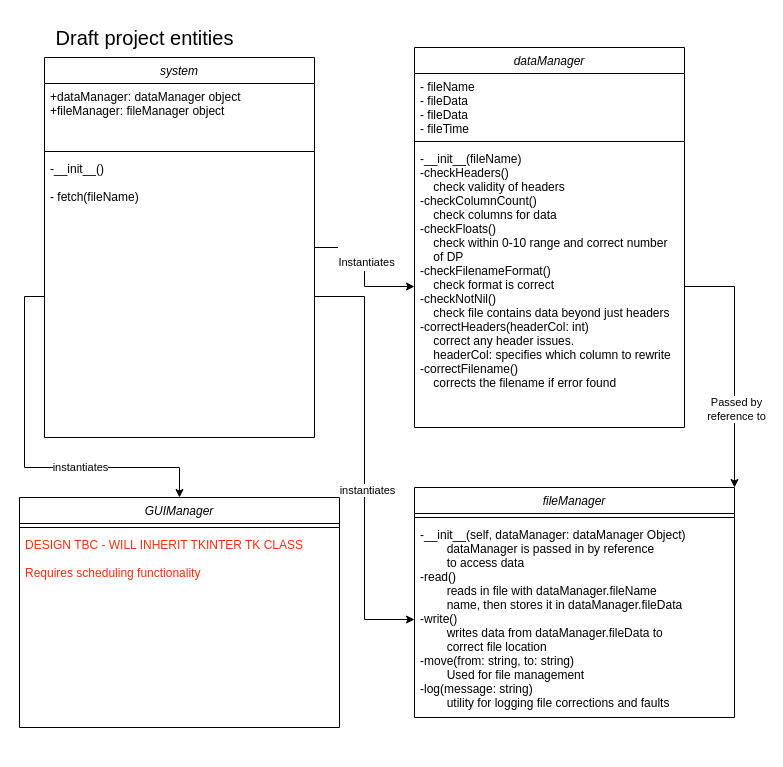
tigersontoast/cfproject keeps this draw.io diagram as design/classes.drawio. Above is the earlier version. Source tidied: cells renumbered, new cells numbered last; positions are measured from the earlier drawing's top-left corner, leaving out a move shared by most shapes. Both pictures are drawn from the tidied source at 100%, with x=0, y=0 at pixel (19, 17).
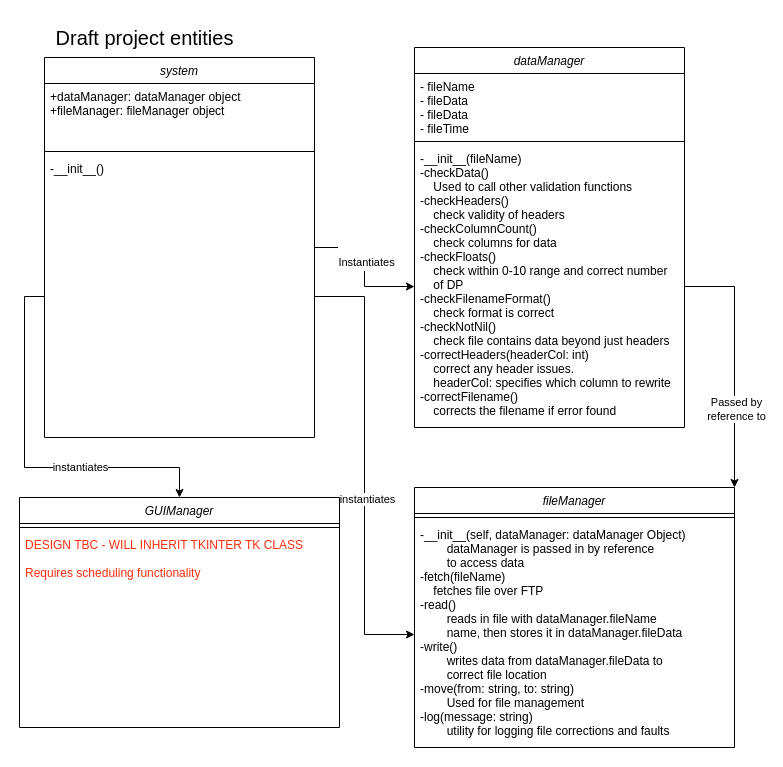
After the change.

Commit message:
Improved class diagrams

Unchanged cells that the change refers to:
```xml
<mxCell id="2" value="dataManager" style="swimlane;fontStyle=2;align=center;verticalAlign=top;horizontal=1;startSize=26;rounded=0;shadow=0;strokeWidth=1;" parent="1" vertex="1">
  <mxGeometry x="395" y="30" width="270" height="380" as="geometry" />
</mxCell>
<mxCell id="11" value="system" style="swimlane;fontStyle=2;align=center;verticalAlign=top;horizontal=1;startSize=26;rounded=0;shadow=0;strokeWidth=1;" parent="1" vertex="1">
  <mxGeometry x="25" y="40" width="270" height="380" as="geometry" />
</mxCell>
```

Diff of the diagram source:
```diff
@@
-    <mxCell id="5" value="-__init__(fileName)&#10;-checkHeaders()&#10;    check validity of headers&#10;-checkColumnCount()&#10;    check columns for data &#10;-checkFloats()&#10;    check within 0-10 range and correct number &#10;    of DP&#10;-checkFilenameFormat()&#10;    check format is correct&#10;-checkNotNil()&#10;    check file contains data beyond just headers&#10;-correctHeaders(headerCol: int)&#10;    correct any header issues.&#10;    headerCol: specifies which column to rewrite &#10;-correctFilename()&#10;    corrects the filename if error found&#10;" style="text;align=left;verticalAlign=top;spacingLeft=4;spacingRight=4;overflow=hidden;points=[[0,0.5],[1,0.5]];portConstraint=eastwest;" parent="2" vertex="1">
+    <mxCell id="5" value="-__init__(fileName)&#10;-checkData()&#10;    Used to call other validation functions&#10;-checkHeaders()&#10;    check validity of headers&#10;-checkColumnCount()&#10;    check columns for data &#10;-checkFloats()&#10;    check within 0-10 range and correct number &#10;    of DP&#10;-checkFilenameFormat()&#10;    check format is correct&#10;-checkNotNil()&#10;    check file contains data beyond just headers&#10;-correctHeaders(headerCol: int)&#10;    correct any header issues.&#10;    headerCol: specifies which column to rewrite &#10;-correctFilename()&#10;    corrects the filename if error found&#10;" style="text;align=left;verticalAlign=top;spacingLeft=4;spacingRight=4;overflow=hidden;points=[[0,0.5],[1,0.5]];portConstraint=eastwest;" parent="2" vertex="1">
       <mxGeometry y="98" width="270" height="282" as="geometry" />
     </mxCell>
     <mxCell id="6" value="fileManager" style="swimlane;fontStyle=2;align=center;verticalAlign=top;horizontal=1;startSize=26;rounded=0;shadow=0;strokeWidth=1;" parent="1" vertex="1">
-      <mxGeometry x="395" y="470" width="320" height="230" as="geometry" />
+      <mxGeometry x="395" y="470" width="320" height="260" as="geometry" />
     </mxCell>
@@
-    <mxCell id="8" value="-__init__(self, dataManager: dataManager Object) &#10;        dataManager is passed in by reference &#10;        to access data&#10;-read()&#10;        reads in file with dataManager.fileName&#10;        name, then stores it in dataManager.fileData&#10;-write()&#10;        writes data from dataManager.fileData to &#10;        correct file location&#10;-move(from: string, to: string)&#10;        Used for file management&#10;-log(message: string)&#10;        utility for logging file corrections and faults" style="text;align=left;verticalAlign=top;spacingLeft=4;spacingRight=4;overflow=hidden;points=[[0,0.5],[1,0.5]];portConstraint=eastwest;fontStyle=0;" parent="6" vertex="1">
-      <mxGeometry y="34" width="320" height="196" as="geometry" />
+    <mxCell id="8" value="-__init__(self, dataManager: dataManager Object) &#10;        dataManager is passed in by reference &#10;        to access data&#10;-fetch(fileName)&#10;    fetches file over FTP&#10;-read()&#10;        reads in file with dataManager.fileName&#10;        name, then stores it in dataManager.fileData&#10;-write()&#10;        writes data from dataManager.fileData to &#10;        correct file location&#10;-move(from: string, to: string)&#10;        Used for file management&#10;-log(message: string)&#10;        utility for logging file corrections and faults" style="text;align=left;verticalAlign=top;spacingLeft=4;spacingRight=4;overflow=hidden;points=[[0,0.5],[1,0.5]];portConstraint=eastwest;fontStyle=0;" parent="6" vertex="1">
+      <mxGeometry y="34" width="320" height="226" as="geometry" />
     </mxCell>
@@
-    <mxCell id="14" value="-__init__()&#10;&#10;- fetch(fileName)" style="text;align=left;verticalAlign=top;spacingLeft=4;spacingRight=4;overflow=hidden;points=[[0,0.5],[1,0.5]];portConstraint=eastwest;" parent="11" vertex="1">
+    <mxCell id="14" value="-__init__()&#10;" style="text;align=left;verticalAlign=top;spacingLeft=4;spacingRight=4;overflow=hidden;points=[[0,0.5],[1,0.5]];portConstraint=eastwest;" parent="11" vertex="1">
       <mxGeometry y="98" width="270" height="282" as="geometry" />
     </mxCell>
```
